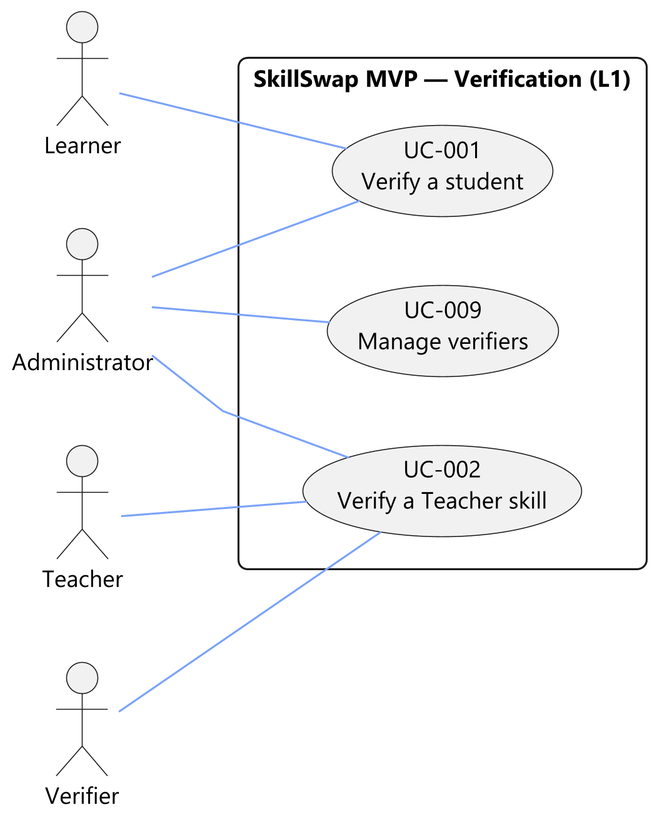
trankien022/SkillSwap keeps this PlantUML diagram as docs/diagrams/usecase/srs-use-case-verification.png. Above is the earlier version. The source it was exported from:
```plantuml
@startuml

skinparam actorStyle stickman
skinparam usecaseFontSize 13
skinparam shadowing false
!include C:/Users/LENOVO/.agents/skills/plantuml-skill/assets/premium-theme.puml
skinparam backgroundcolor #ffffff
skinparam linetype polyline
skinparam ActorFontColor #000000
skinparam ActorBackgroundColor #F1F1F1
skinparam ActorBorderColor #181818

left to right direction

rectangle "SkillSwap MVP — Verification (L1)" {
  usecase "UC-001\nVerify a student" as UC001
  usecase "UC-009\nManage verifiers" as UC009
  usecase "UC-002\nVerify a Teacher skill" as UC002
}

actor "Learner" as LE
actor "Administrator" as AD
actor "Teacher" as TE
actor "Verifier" as VE

LE -- UC001
AD -- UC001
TE -- UC002
VE -- UC002
AD -- UC002
AD -- UC009
@enduml
```
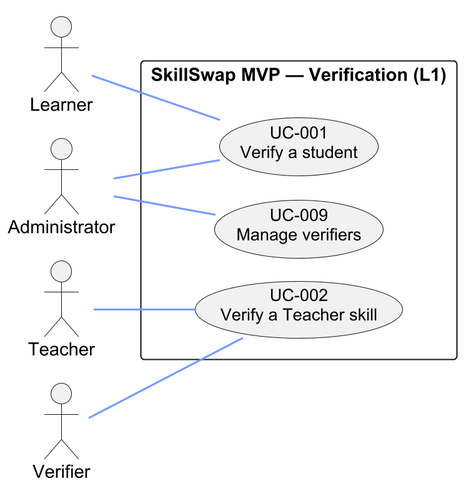
The same diagram one commit later.

Diff of the diagram source:
```diff
@@ -1,9 +1,18 @@
 @startuml
+!pragma layout smetana
 
 skinparam actorStyle stickman
 skinparam usecaseFontSize 13
 skinparam shadowing false
-!include C:/Users/LENOVO/.agents/skills/plantuml-skill/assets/premium-theme.puml
+skinparam defaultFontName Arial
+skinparam dpi 200
+skinparam ArrowColor #769AFF
+skinparam ArrowThickness 1.5
+skinparam UsecaseBackgroundColor #F1F1F1
+skinparam UsecaseBorderColor #181818
+skinparam UsecaseFontColor #000000
+skinparam RectangleBackgroundColor #FFFFFF
+skinparam RectangleBorderColor #181818
 skinparam backgroundcolor #ffffff
 skinparam linetype polyline
 skinparam ActorFontColor #000000
@@ -27,6 +36,5 @@
 AD -- UC001
 TE -- UC002
 VE -- UC002
-AD -- UC002
 AD -- UC009
 @enduml
```
